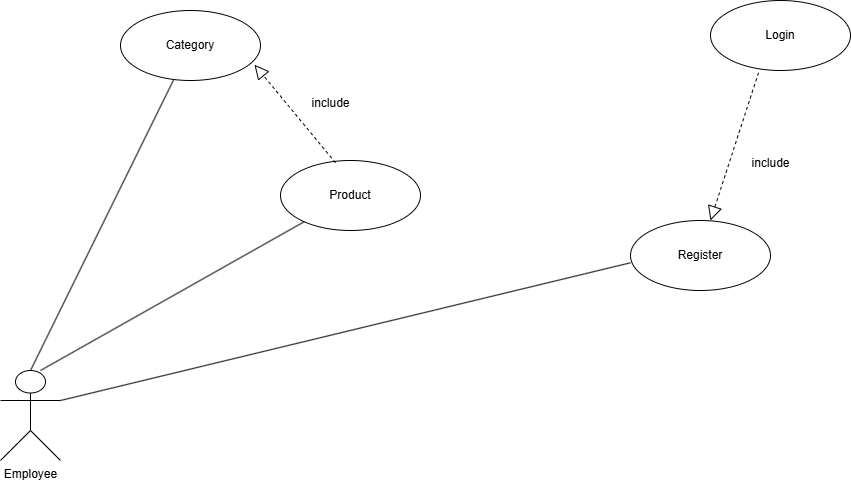
The draw.io diagram image/Usecase Diagram/UsecaseEmployee.drawio.png in KhanhPham22/Review-Java, before a commit. Source tidied: cells renumbered, new cells last; positions are measured from the earlier drawing's top-left corner, leaving out a move shared by most shapes.
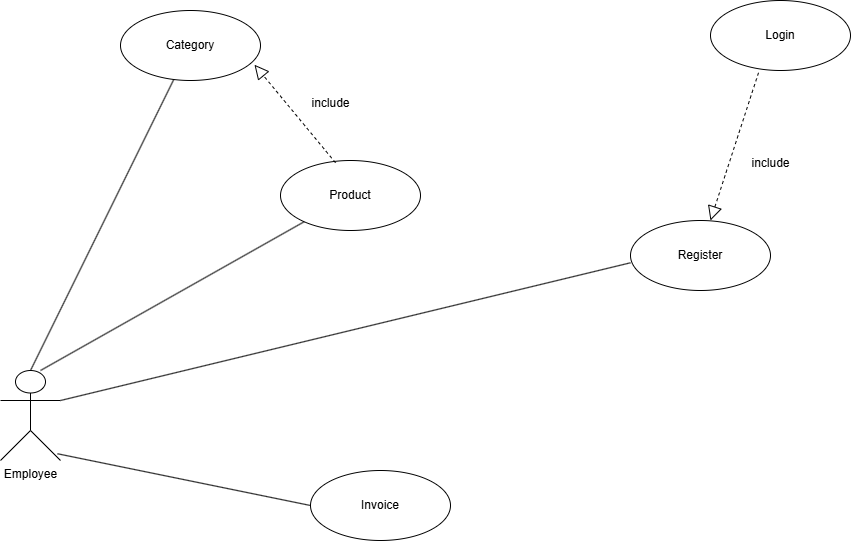
The same file after the commit.

Change to the diagram source:
```diff
@@ -38,5 +38,11 @@
     <mxCell id="13" value="include" style="text;html=1;align=center;verticalAlign=middle;strokeColor=none;fillColor=none;" parent="1" vertex="1">
       <mxGeometry x="300" y="88" width="60" height="30" as="geometry" />
     </mxCell>
+    <mxCell id="14" value="Invoice" style="ellipse;whiteSpace=wrap;html=1;" parent="1" vertex="1">
+      <mxGeometry x="310" y="470" width="140" height="70" as="geometry" />
+    </mxCell>
+    <mxCell id="15" style="endArrow=none;html=1;rounded=0;exitX=0.95;exitY=0.925;exitDx=0;exitDy=0;exitPerimeter=0;entryX=0;entryY=0.5;entryDx=0;entryDy=0;" parent="1" edge="1" source="2" target="14">
+      <mxGeometry relative="1" as="geometry" />
+    </mxCell>
   </root>
 </mxGraphModel>
```
